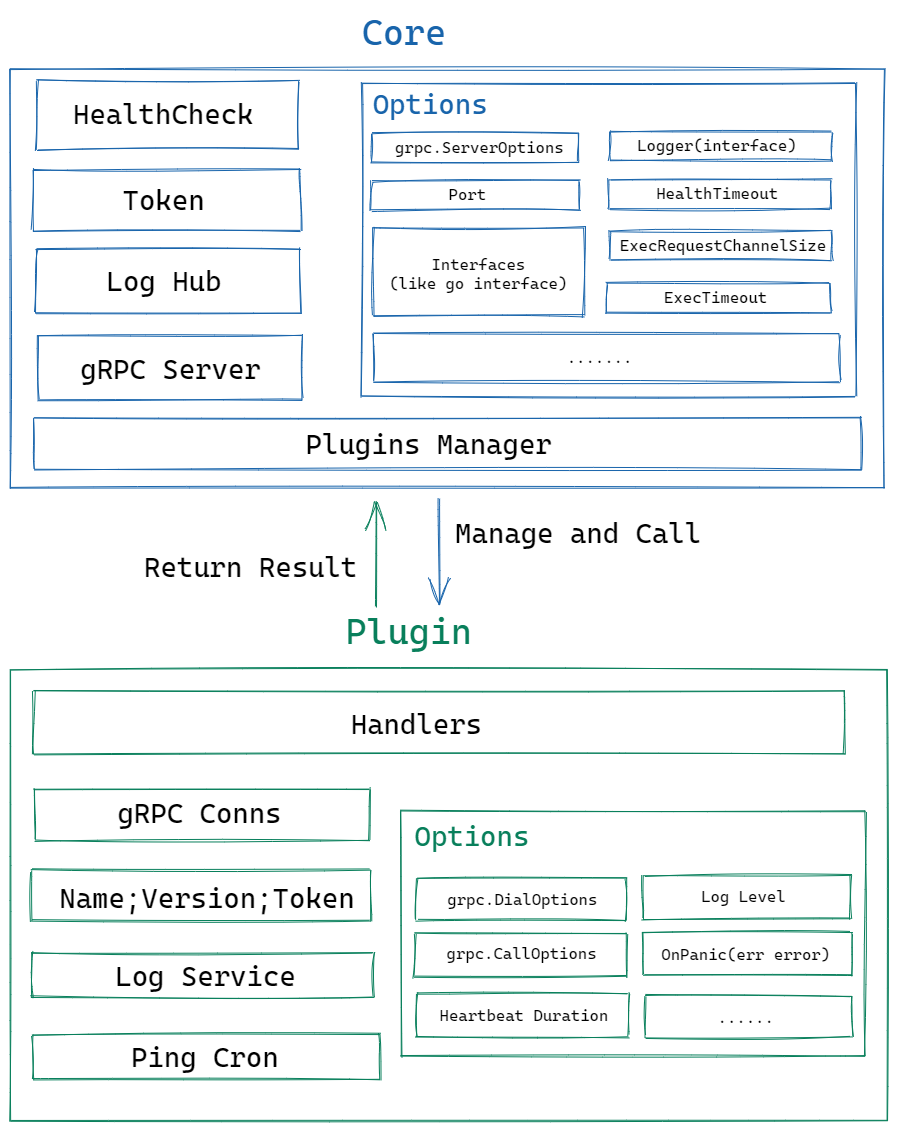
The Excalidraw diagram proposal/arch.png in iyear/go-plugin-grpc, before a commit. Source tidied: one line per element, renumbered; positions are measured from the earlier drawing's top-left corner, leaving out a move shared by most shapes.
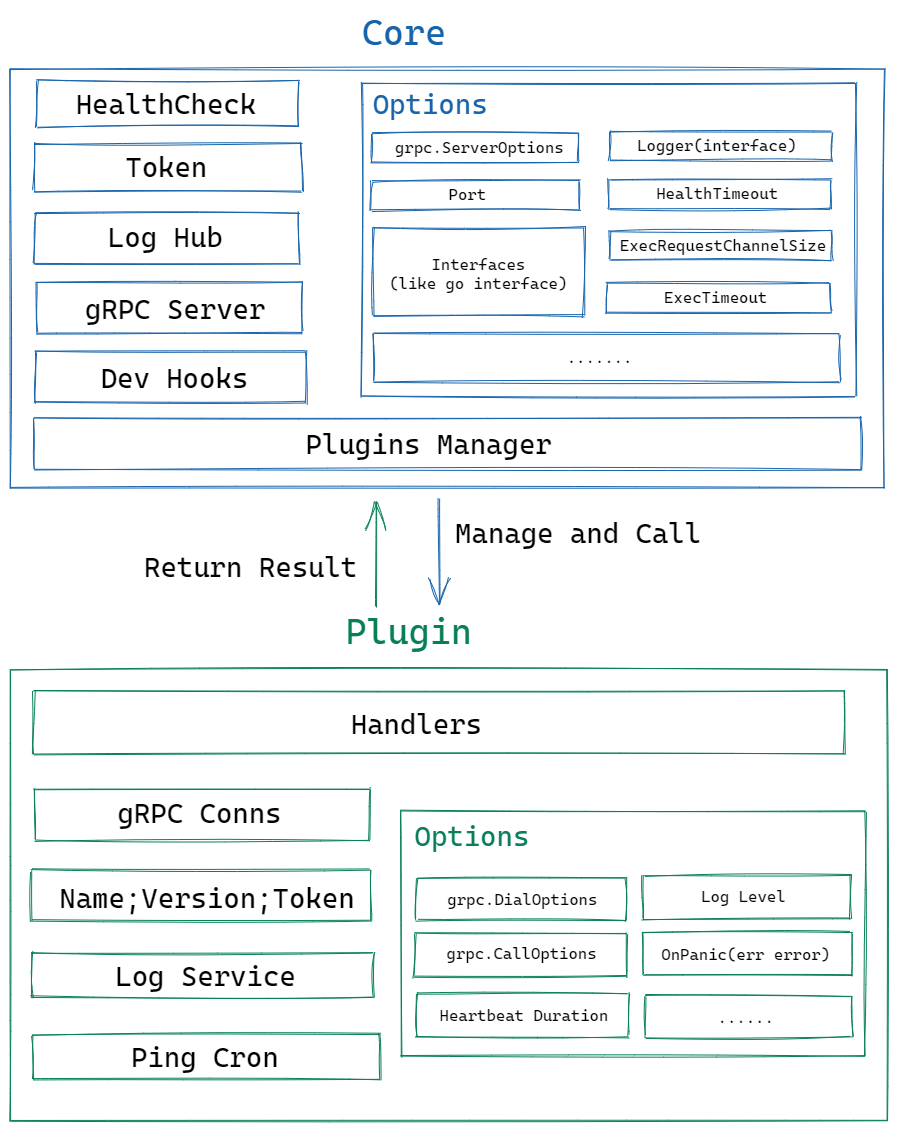
Above is the later version.

Commit message:
update(proposal): complete roughly

The edit, as a diff of the source:
```diff
@@ -1,12 +1,12 @@
 {"id": 0, "type": "rectangle", "strokeColor": "#1864ab", "strokeWidth": 1, "roughness": 1, "x": 0, "y": 59, "width": 874, "height": 419}
-{"id": 1, "type": "rectangle", "strokeColor": "#1864ab", "strokeWidth": 1, "roughness": 1, "x": 27, "y": 70, "width": 261, "height": 69}
+{"id": 1, "type": "rectangle", "strokeColor": "#1864ab", "strokeWidth": 1, "roughness": 1, "x": 27, "y": 70, "width": 261, "height": 46}
-{"id": 2, "type": "text", "text": "HealthCheck", "strokeColor": "#000000", "strokeWidth": 1, "roughness": 1, "fontSize": 28, "fontFamily": 3, "x": 63, "y": 87, "width": 181, "height": 34}
+{"id": 2, "type": "text", "text": "HealthCheck", "strokeColor": "#000000", "strokeWidth": 1, "roughness": 1, "fontSize": 28, "fontFamily": 3, "x": 66, "y": 77, "width": 181, "height": 34}
-{"id": 3, "type": "rectangle", "strokeColor": "#1864ab", "strokeWidth": 1, "roughness": 1, "x": 26, "y": 238, "width": 265, "height": 65}
+{"id": 3, "type": "rectangle", "strokeColor": "#1864ab", "strokeWidth": 1, "roughness": 1, "x": 24, "y": 202, "width": 265, "height": 51}
-{"id": 4, "type": "text", "text": "Log Hub", "strokeColor": "#000000", "strokeWidth": 1, "roughness": 1, "fontSize": 28, "fontFamily": 3, "x": 97, "y": 254, "width": 116, "height": 34}
+{"id": 4, "type": "text", "text": "Log Hub", "strokeColor": "#000000", "strokeWidth": 1, "roughness": 1, "fontSize": 28, "fontFamily": 3, "x": 98, "y": 210, "width": 116, "height": 34}
 {"id": 5, "type": "rectangle", "strokeColor": "#1864ab", "strokeWidth": 1, "roughness": 1, "x": 24, "y": 408, "width": 827, "height": 52}
-{"id": 6, "type": "rectangle", "strokeColor": "#1864ab", "strokeWidth": 1, "roughness": 1, "x": 23, "y": 159, "width": 267, "height": 62}
+{"id": 6, "type": "rectangle", "strokeColor": "#1864ab", "strokeWidth": 1, "roughness": 1, "x": 25, "y": 133, "width": 267, "height": 49}
-{"id": 7, "type": "text", "text": "Token", "strokeColor": "#000000", "strokeWidth": 1, "roughness": 1, "fontSize": 28, "fontFamily": 3, "x": 113, "y": 173, "width": 83, "height": 34}
+{"id": 7, "type": "text", "text": "Token", "strokeColor": "#000000", "strokeWidth": 1, "roughness": 1, "fontSize": 28, "fontFamily": 3, "x": 115, "y": 140, "width": 83, "height": 34}
-{"id": 8, "type": "rectangle", "strokeColor": "#1864ab", "strokeWidth": 1, "roughness": 1, "x": 27, "y": 325, "width": 265, "height": 65}
+{"id": 8, "type": "rectangle", "strokeColor": "#1864ab", "strokeWidth": 1, "roughness": 1, "x": 26, "y": 272, "width": 266, "height": 51}
 {"id": 9, "type": "text", "text": "Options", "strokeColor": "#1864ab", "strokeWidth": 1, "roughness": 1, "fontSize": 28, "fontFamily": 3, "x": 363, "y": 77, "width": 116, "height": 34}
 {"id": 10, "type": "rectangle", "strokeColor": "#1864ab", "strokeWidth": 1, "roughness": 1, "x": 352, "y": 73, "width": 494, "height": 313}
 {"id": 11, "type": "rectangle", "strokeColor": "#1864ab", "strokeWidth": 1, "roughness": 1, "x": 361, "y": 123, "width": 207, "height": 29}
@@ -38,7 +38,7 @@
 {"id": 37, "type": "arrow", "strokeColor": "#087f5b", "strokeWidth": 1, "roughness": 1, "endArrowhead": "arrow", "from": 21, "to": 0, "x": 366, "y": 598, "width": 0, "height": 106, "points": [[0, 0], [0, -106]]}
 {"id": 38, "type": "text", "text": "Return Result", "strokeColor": "#000000", "strokeWidth": 1, "roughness": 1, "fontSize": 28, "fontFamily": 3, "x": 134, "y": 540, "width": 214, "height": 34}
 {"id": 39, "type": "rectangle", "strokeColor": "#087f5b", "strokeWidth": 1, "roughness": 1, "x": 635, "y": 986, "width": 207, "height": 41}
-{"id": 40, "type": "text", "text": "gRPC Server", "strokeColor": "#000000", "strokeWidth": 1, "roughness": 1, "fontSize": 28, "fontFamily": 3, "x": 70, "y": 342, "width": 181, "height": 34}
+{"id": 40, "type": "text", "text": "gRPC Server", "strokeColor": "#000000", "strokeWidth": 1, "roughness": 1, "fontSize": 28, "fontFamily": 3, "x": 75, "y": 282, "width": 181, "height": 34}
 {"id": 41, "type": "text", "text": "Plugins Manager", "strokeColor": "#000000", "strokeWidth": 1, "roughness": 1, "fontSize": 28, "fontFamily": 3, "x": 296, "y": 417, "width": 247, "height": 34}
 {"id": 42, "type": "text", "text": "grpc.ServerOptions", "strokeColor": "#000000", "strokeWidth": 1, "roughness": 1, "fontSize": 16, "fontFamily": 3, "x": 385, "y": 128, "width": 170, "height": 19}
 {"id": 43, "type": "text", "text": "Logger(interface)", "strokeColor": "#000000", "strokeWidth": 1, "roughness": 1, "fontSize": 16, "fontFamily": 3, "x": 627, "y": 126, "width": 160, "height": 19}
@@ -58,3 +58,5 @@
 {"id": 57, "type": "text", "text": "Log Level", "strokeColor": "#000000", "strokeWidth": 1, "roughness": 1, "fontSize": 16, "fontFamily": 3, "textAlign": "center", "x": 691, "y": 877, "width": 85, "height": 19}
 {"id": 58, "type": "text", "text": "OnPanic(err error)", "strokeColor": "#000000", "strokeWidth": 1, "roughness": 1, "fontSize": 16, "fontFamily": 3, "textAlign": "center", "x": 651, "y": 935, "width": 170, "height": 19}
 {"id": 59, "type": "text", "text": "......", "strokeColor": "#000000", "strokeWidth": 1, "roughness": 1, "fontSize": 16, "fontFamily": 3, "textAlign": "center", "x": 707, "y": 998, "width": 57, "height": 19}
+{"id": 60, "type": "rectangle", "strokeColor": "#1864ab", "strokeWidth": 1, "roughness": 1, "x": 25, "y": 341, "width": 271, "height": 52}
+{"id": 61, "type": "text", "text": "Dev Hooks", "strokeColor": "#000000", "strokeWidth": 1, "roughness": 1, "fontSize": 28, "fontFamily": 3, "x": 91, "y": 351, "width": 149, "height": 34}
```
